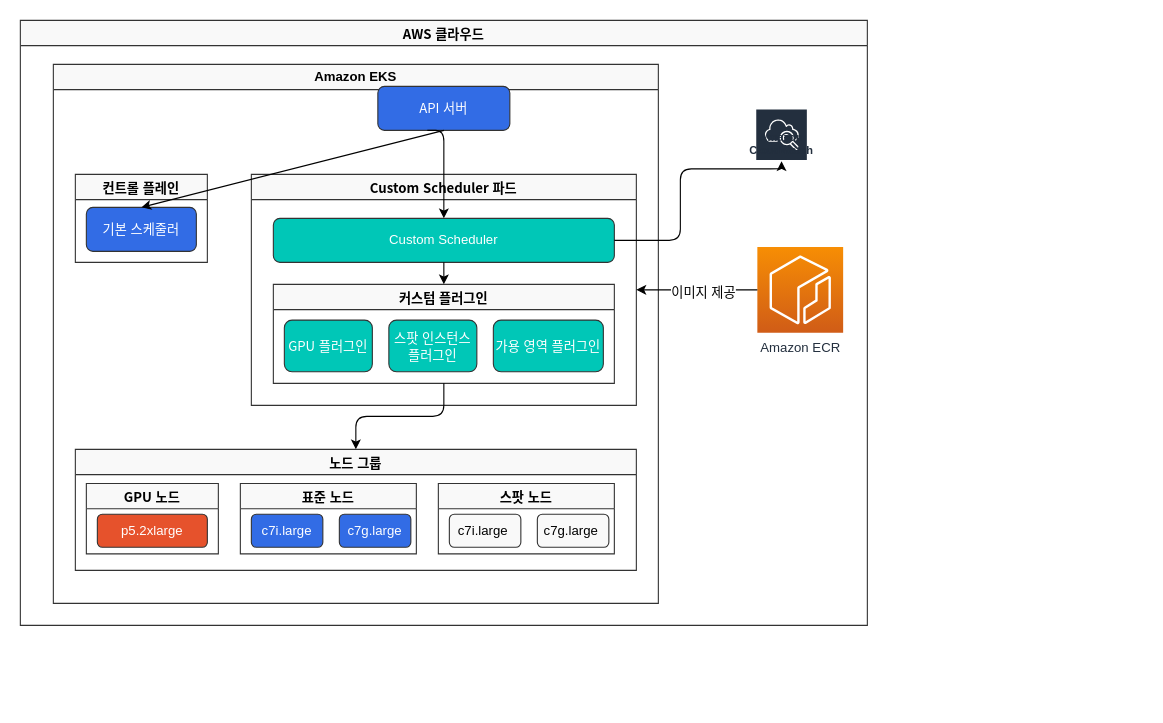
The draw.io diagram assets/generated-diagrams/eks_scheduler_framework_architecture.drawio in Atom-oh/kubernetes-docs, before the edit. Source tidied: cells renumbered, new cells numbered last; positions are measured from the earlier drawing's top-left corner, leaving out a move shared by most shapes. Both pictures are drawn from the tidied source at 110%, with x=0, y=0 at pixel (20, 20).
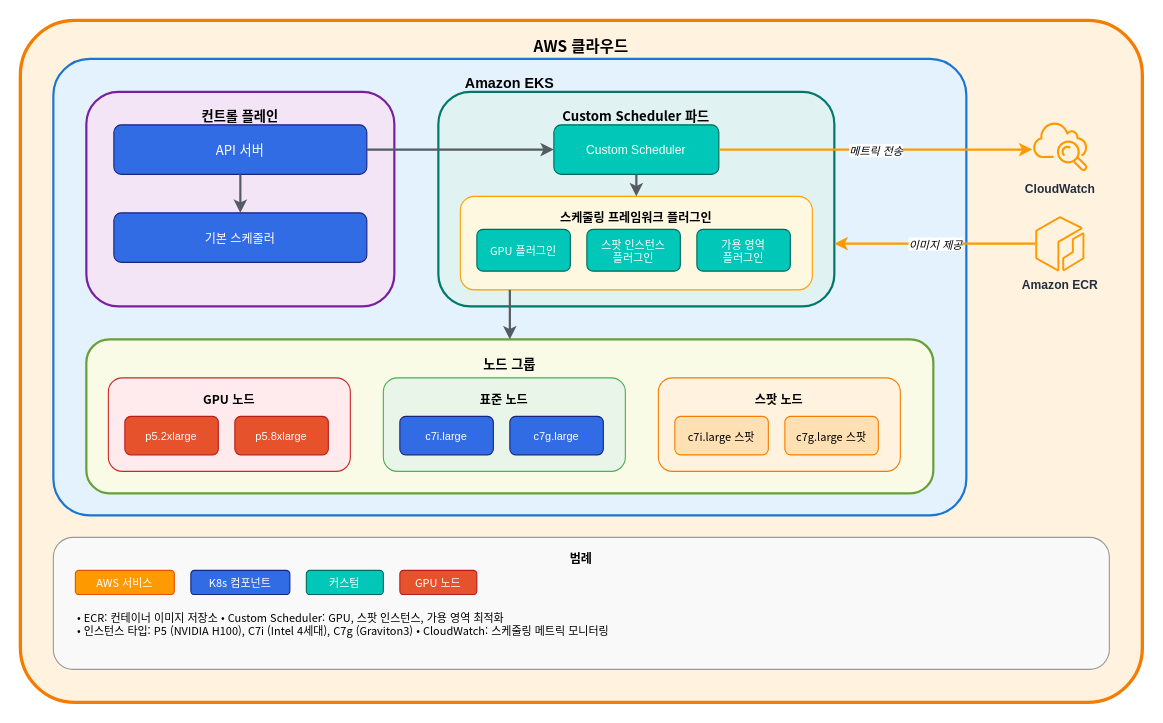
The same diagram, later.

Diff of the diagram source:
```diff
@@
-    <mxCell id="2" value="AWS 클라우드" style="swimlane;whiteSpace=wrap;html=1;fillColor=#f9f9f9;strokeColor=#333333;strokeWidth=1;fontSize=12;fontFamily=Noto Sans CJK KR;" parent="1" vertex="1">
-      <mxGeometry width="770" height="550" as="geometry" />
+    <mxCell id="2" value="AWS 클라우드" style="rounded=1;whiteSpace=wrap;html=1;fillColor=#FFF3E0;strokeColor=#F57C00;strokeWidth=3;fontSize=14;fontStyle=1;verticalAlign=top;spacingTop=8;fontFamily=Noto Sans CJK KR;arcSize=8;" parent="1" vertex="1">
+      <mxGeometry width="1020" height="620" as="geometry" />
     </mxCell>
-    <mxCell id="3" value="Amazon EKS" style="swimlane;whiteSpace=wrap;html=1;fillColor=#f9f9f9;strokeColor=#333333;strokeWidth=1;fontSize=12;" parent="2" vertex="1">
-      <mxGeometry x="30" y="40" width="550" height="490" as="geometry" />
+    <mxCell id="3" value="Amazon EKS" style="rounded=1;whiteSpace=wrap;html=1;fillColor=#E3F2FD;strokeColor=#1976D2;strokeWidth=2;fontSize=13;fontStyle=1;verticalAlign=top;spacingTop=8;arcSize=8;" parent="1" vertex="1">
+      <mxGeometry x="30" y="35" width="830" height="415" as="geometry" />
     </mxCell>
+    <mxCell id="5" value="컨트롤 플레인" style="rounded=1;whiteSpace=wrap;html=1;fillColor=#F3E5F5;strokeColor=#7B1FA2;strokeWidth=2;fontSize=12;fontStyle=1;verticalAlign=top;spacingTop=8;fontFamily=Noto Sans CJK KR;" parent="1" vertex="1">
+      <mxGeometry x="60" y="65" width="280" height="195" as="geometry" />
+    </mxCell>
-    <mxCell id="4" value="API 서버" style="rounded=1;whiteSpace=wrap;html=1;fillColor=#326CE5;strokeColor=#333333;strokeWidth=1;fontColor=#FFFFFF;fontSize=12;fontFamily=Noto Sans CJK KR;" parent="3" vertex="1">
-      <mxGeometry x="295" y="20" width="120" height="40" as="geometry" />
+    <mxCell id="4" value="API 서버" style="rounded=1;whiteSpace=wrap;html=1;fillColor=#326CE5;strokeColor=#1A237E;fontSize=12;fontColor=white;fontFamily=Noto Sans CJK KR;" parent="1" vertex="1">
+      <mxGeometry x="85" y="95" width="230" height="45" as="geometry" />
     </mxCell>
-    <mxCell id="5" value="컨트롤 플레인" style="swimlane;whiteSpace=wrap;html=1;fillColor=#f9f9f9;strokeColor=#333333;strokeWidth=1;fontSize=12;fontFamily=Noto Sans CJK KR;" parent="3" vertex="1">
-      <mxGeometry x="20" y="100" width="120" height="80" as="geometry" />
-    </mxCell>
-    <mxCell id="6" value="기본 스케줄러" style="rounded=1;whiteSpace=wrap;html=1;fillColor=#326CE5;strokeColor=#333333;strokeWidth=1;fontColor=#FFFFFF;fontSize=12;fontFamily=Noto Sans CJK KR;" parent="5" vertex="1">
-      <mxGeometry x="10" y="30" width="100" height="40" as="geometry" />
+    <mxCell id="6" value="기본 스케줄러" style="rounded=1;whiteSpace=wrap;html=1;fillColor=#326CE5;strokeColor=#1A237E;fontSize=11;fontColor=white;fontFamily=Noto Sans CJK KR;" parent="1" vertex="1">
+      <mxGeometry x="85" y="175" width="230" height="45" as="geometry" />
     </mxCell>
-    <mxCell id="7" value="Custom Scheduler 파드" style="swimlane;whiteSpace=wrap;html=1;fillColor=#f9f9f9;strokeColor=#333333;strokeWidth=1;fontSize=12;fontFamily=Noto Sans CJK KR;" parent="3" vertex="1">
-      <mxGeometry x="180" y="100" width="350" height="210" as="geometry" />
+    <mxCell id="7" value="Custom Scheduler 파드" style="rounded=1;whiteSpace=wrap;html=1;fillColor=#E0F2F1;strokeColor=#00796B;strokeWidth=2;fontSize=12;fontStyle=1;verticalAlign=top;spacingTop=8;fontFamily=Noto Sans CJK KR;" parent="1" vertex="1">
+      <mxGeometry x="380" y="65" width="360" height="195" as="geometry" />
     </mxCell>
-    <mxCell id="8" value="Custom Scheduler" style="rounded=1;whiteSpace=wrap;html=1;fillColor=#00C7B7;strokeColor=#333333;strokeWidth=1;fontColor=#FFFFFF;fontSize=12;" parent="7" vertex="1">
-      <mxGeometry x="20" y="40" width="310" height="40" as="geometry" />
+    <mxCell id="8" value="Custom Scheduler" style="rounded=1;whiteSpace=wrap;html=1;fillColor=#00C7B7;strokeColor=#00695C;fontSize=11;fontColor=white;" parent="1" vertex="1">
+      <mxGeometry x="485" y="95" width="150" height="45" as="geometry" />
     </mxCell>
-    <mxCell id="9" value="커스텀 플러그인" style="swimlane;whiteSpace=wrap;html=1;fillColor=#f9f9f9;strokeColor=#333333;strokeWidth=1;fontSize=12;fontFamily=Noto Sans CJK KR;" parent="7" vertex="1">
-      <mxGeometry x="20" y="100" width="310" height="90" as="geometry" />
-    </mxCell>
+    <mxCell id="31" value="스케줄링 프레임워크 플러그인" style="rounded=1;whiteSpace=wrap;html=1;fillColor=#FFF8E1;strokeColor=#FFA000;strokeWidth=1;fontSize=11;fontStyle=1;verticalAlign=top;spacingTop=6;fontFamily=Noto Sans CJK KR;" parent="1" vertex="1">
+      <mxGeometry x="400" y="160" width="320" height="85" as="geometry" />
+    </mxCell>
-    <mxCell id="10" value="GPU 플러그인" style="rounded=1;whiteSpace=wrap;html=1;fillColor=#00C7B7;strokeColor=#333333;strokeWidth=1;fontColor=#FFFFFF;fontSize=12;fontFamily=Noto Sans CJK KR;" parent="9" vertex="1">
-      <mxGeometry x="10" y="32.5" width="80" height="47" as="geometry" />
+    <mxCell id="10" value="GPU 플러그인" style="rounded=1;whiteSpace=wrap;html=1;fillColor=#00C7B7;strokeColor=#00695C;fontSize=10;fontColor=white;fontFamily=Noto Sans CJK KR;" parent="1" vertex="1">
+      <mxGeometry x="415" y="190" width="85" height="38" as="geometry" />
     </mxCell>
-    <mxCell id="11" value="스팟 인스턴스 플러그인" style="rounded=1;whiteSpace=wrap;html=1;fillColor=#00C7B7;strokeColor=#333333;strokeWidth=1;fontColor=#FFFFFF;fontSize=12;fontFamily=Noto Sans CJK KR;" parent="9" vertex="1">
-      <mxGeometry x="105" y="32.5" width="80" height="47" as="geometry" />
+    <mxCell id="11" value="스팟 인스턴스&#10;플러그인" style="rounded=1;whiteSpace=wrap;html=1;fillColor=#00C7B7;strokeColor=#00695C;fontSize=10;fontColor=white;fontFamily=Noto Sans CJK KR;" parent="1" vertex="1">
+      <mxGeometry x="515" y="190" width="85" height="38" as="geometry" />
     </mxCell>
-    <mxCell id="12" value="가용 영역 플러그인" style="rounded=1;whiteSpace=wrap;html=1;fillColor=#00C7B7;strokeColor=#333333;strokeWidth=1;fontColor=#FFFFFF;fontSize=12;fontFamily=Noto Sans CJK KR;" parent="9" vertex="1">
-      <mxGeometry x="200" y="32.5" width="100" height="47" as="geometry" />
+    <mxCell id="12" value="가용 영역&#10;플러그인" style="rounded=1;whiteSpace=wrap;html=1;fillColor=#00C7B7;strokeColor=#00695C;fontSize=10;fontColor=white;fontFamily=Noto Sans CJK KR;" parent="1" vertex="1">
+      <mxGeometry x="615" y="190" width="85" height="38" as="geometry" />
     </mxCell>
-    <mxCell id="13" value="노드 그룹" style="swimlane;whiteSpace=wrap;html=1;fillColor=#f9f9f9;strokeColor=#333333;strokeWidth=1;fontSize=12;fontFamily=Noto Sans CJK KR;" parent="3" vertex="1">
-      <mxGeometry x="20" y="350" width="510" height="110" as="geometry" />
+    <mxCell id="13" value="노드 그룹" style="rounded=1;whiteSpace=wrap;html=1;fillColor=#F9FBE7;strokeColor=#689F38;strokeWidth=2;fontSize=12;fontStyle=1;verticalAlign=top;spacingTop=8;fontFamily=Noto Sans CJK KR;" parent="1" vertex="1">
+      <mxGeometry x="60" y="290" width="770" height="140" as="geometry" />
     </mxCell>
-    <mxCell id="14" value="GPU 노드" style="swimlane;whiteSpace=wrap;html=1;fillColor=#f9f9f9;strokeColor=#333333;strokeWidth=1;fontSize=12;fontFamily=Noto Sans CJK KR;" parent="13" vertex="1">
-      <mxGeometry x="10" y="31" width="120" height="64" as="geometry" />
-    </mxCell>
+    <mxCell id="32" value="GPU 노드" style="rounded=1;whiteSpace=wrap;html=1;fillColor=#FFEBEE;strokeColor=#C62828;strokeWidth=1;fontSize=11;fontStyle=1;verticalAlign=top;spacingTop=6;fontFamily=Noto Sans CJK KR;" parent="1" vertex="1">
+      <mxGeometry x="80" y="325" width="220" height="85" as="geometry" />
+    </mxCell>
-    <mxCell id="15" value="p5.2xlarge" style="rounded=1;whiteSpace=wrap;html=1;fillColor=#E6522C;strokeColor=#333333;strokeWidth=1;fontColor=#FFFFFF;fontSize=12;" parent="14" vertex="1">
-      <mxGeometry x="10" y="28" width="100" height="30" as="geometry" />
+    <mxCell id="15" value="p5.2xlarge" style="rounded=1;whiteSpace=wrap;html=1;fillColor=#E6522C;strokeColor=#B71C1C;fontSize=10;fontColor=white;" parent="1" vertex="1">
+      <mxGeometry x="95" y="360" width="85" height="35" as="geometry" />
     </mxCell>
+    <mxCell id="33" value="p5.8xlarge" style="rounded=1;whiteSpace=wrap;html=1;fillColor=#E6522C;strokeColor=#B71C1C;fontSize=10;fontColor=white;" parent="1" vertex="1">
+      <mxGeometry x="195" y="360" width="85" height="35" as="geometry" />
+    </mxCell>
-    <mxCell id="16" value="표준 노드" style="swimlane;whiteSpace=wrap;html=1;fillColor=#f9f9f9;strokeColor=#333333;strokeWidth=1;fontSize=12;fontFamily=Noto Sans CJK KR;" parent="13" vertex="1">
-      <mxGeometry x="150" y="31" width="160" height="64" as="geometry" />
+    <mxCell id="16" value="표준 노드" style="rounded=1;whiteSpace=wrap;html=1;fillColor=#E8F5E8;strokeColor=#4CAF50;strokeWidth=1;fontSize=11;fontStyle=1;verticalAlign=top;spacingTop=6;fontFamily=Noto Sans CJK KR;" parent="1" vertex="1">
+      <mxGeometry x="330" y="325" width="220" height="85" as="geometry" />
     </mxCell>
-    <mxCell id="17" value="c7i.large" style="rounded=1;whiteSpace=wrap;html=1;fillColor=#326CE5;strokeColor=#333333;strokeWidth=1;fontColor=#FFFFFF;fontSize=12;" parent="16" vertex="1">
-      <mxGeometry x="10" y="28" width="65" height="30" as="geometry" />
-    </mxCell>
-    <mxCell id="18" value="c7g.large" style="rounded=1;whiteSpace=wrap;html=1;fillColor=#326CE5;strokeColor=#333333;strokeWidth=1;fontColor=#FFFFFF;fontSize=12;" parent="16" vertex="1">
-      <mxGeometry x="90" y="28" width="65" height="30" as="geometry" />
-    </mxCell>
+    <mxCell id="34" value="c7i.large" style="rounded=1;whiteSpace=wrap;html=1;fillColor=#326CE5;strokeColor=#1A237E;fontSize=10;fontColor=white;" parent="1" vertex="1">
+      <mxGeometry x="345" y="360" width="85" height="35" as="geometry" />
+    </mxCell>
+    <mxCell id="35" value="c7g.large" style="rounded=1;whiteSpace=wrap;html=1;fillColor=#326CE5;strokeColor=#1A237E;fontSize=10;fontColor=white;" parent="1" vertex="1">
+      <mxGeometry x="445" y="360" width="85" height="35" as="geometry" />
+    </mxCell>
-    <mxCell id="19" value="스팟 노드" style="swimlane;whiteSpace=wrap;html=1;fillColor=#f9f9f9;strokeColor=#333333;strokeWidth=1;fontSize=12;fontFamily=Noto Sans CJK KR;" parent="13" vertex="1">
-      <mxGeometry x="330" y="31" width="160" height="64" as="geometry" />
+    <mxCell id="19" value="스팟 노드" style="rounded=1;whiteSpace=wrap;html=1;fillColor=#FFF3E0;strokeColor=#F57C00;strokeWidth=1;fontSize=11;fontStyle=1;verticalAlign=top;spacingTop=6;fontFamily=Noto Sans CJK KR;" parent="1" vertex="1">
+      <mxGeometry x="580" y="325" width="220" height="85" as="geometry" />
     </mxCell>
-    <mxCell id="20" value="c7i.large&amp;nbsp;" style="rounded=1;whiteSpace=wrap;html=1;fillColor=#f9f9f9;strokeColor=#333333;strokeWidth=1;fontSize=12;" parent="19" vertex="1">
-      <mxGeometry x="10" y="28" width="65" height="30" as="geometry" />
-    </mxCell>
-    <mxCell id="21" value="c7g.large&amp;nbsp;" style="rounded=1;whiteSpace=wrap;html=1;fillColor=#f9f9f9;strokeColor=#333333;strokeWidth=1;fontSize=12;" parent="19" vertex="1">
-      <mxGeometry x="90" y="28" width="65" height="30" as="geometry" />
-    </mxCell>
+    <mxCell id="36" value="c7i.large 스팟" style="rounded=1;whiteSpace=wrap;html=1;fillColor=#FFE0B2;strokeColor=#F57C00;fontSize=10;fontFamily=Noto Sans CJK KR;" parent="1" vertex="1">
+      <mxGeometry x="595" y="360" width="85" height="35" as="geometry" />
+    </mxCell>
+    <mxCell id="37" value="c7g.large 스팟" style="rounded=1;whiteSpace=wrap;html=1;fillColor=#FFE0B2;strokeColor=#F57C00;fontSize=10;fontFamily=Noto Sans CJK KR;" parent="1" vertex="1">
+      <mxGeometry x="695" y="360" width="85" height="35" as="geometry" />
+    </mxCell>
+    <mxCell id="26" value="Amazon ECR" style="sketch=0;outlineConnect=0;fontColor=#232F3E;gradientColor=none;fillColor=#FF9900;strokeColor=none;dashed=0;verticalLabelPosition=bottom;verticalAlign=top;align=center;html=1;fontSize=11;fontStyle=1;shape=mxgraph.aws4.ecr;" parent="1" vertex="1">
+      <mxGeometry x="920" y="178" width="50" height="50" as="geometry" />
+    </mxCell>
+    <mxCell id="38" value="CloudWatch" style="sketch=0;outlineConnect=0;fontColor=#232F3E;gradientColor=none;fillColor=#FF9900;strokeColor=none;dashed=0;verticalLabelPosition=bottom;verticalAlign=top;align=center;html=1;fontSize=11;fontStyle=1;shape=mxgraph.aws4.cloudwatch;" parent="1" vertex="1">
+      <mxGeometry x="920" y="90" width="50" height="50" as="geometry" />
+    </mxCell>
-    <mxCell id="22" style="endArrow=classic;html=1;exitX=0.5;exitY=1;exitDx=0;exitDy=0;entryX=0.5;entryY=0;entryDx=0;entryDy=0;strokeWidth=1;" parent="2" edge="1" source="4" target="6">
+    <mxCell id="22" style="edgeStyle=orthogonalEdgeStyle;rounded=0;html=1;strokeWidth=2;strokeColor=#545B64;endArrow=classic;" parent="1" edge="1" source="4" target="6">
       <mxGeometry relative="1" as="geometry" />
     </mxCell>
-    <mxCell id="23" style="endArrow=classic;html=1;entryX=0.5;entryY=0;entryDx=0;entryDy=0;edgeStyle=orthogonalEdgeStyle;strokeWidth=1;" parent="2" edge="1" target="8">
-      <mxGeometry relative="1" as="geometry">
-        <mxPoint x="370" y="100" as="sourcePoint" />
-        <Array as="points">
-          <mxPoint x="385" y="100" />
-        </Array>
-      </mxGeometry>
-    </mxCell>
-    <mxCell id="24" style="endArrow=classic;html=1;exitX=0.5;exitY=1;exitDx=0;exitDy=0;entryX=0.5;entryY=0;entryDx=0;entryDy=0;strokeWidth=1;" parent="2" edge="1" source="8" target="9">
-      <mxGeometry relative="1" as="geometry" />
-    </mxCell>
-    <mxCell id="25" style="endArrow=classic;html=1;exitX=0.5;exitY=1;exitDx=0;exitDy=0;entryX=0.5;entryY=0;entryDx=0;entryDy=0;edgeStyle=orthogonalEdgeStyle;strokeWidth=1;" parent="2" edge="1" source="9" target="13">
-      <mxGeometry relative="1" as="geometry" />
-    </mxCell>
-    <mxCell id="26" value="Amazon ECR" style="sketch=0;points=[[0,0,0],[0.25,0,0],[0.5,0,0],[0.75,0,0],[1,0,0],[0,1,0],[0.25,1,0],[0.5,1,0],[0.75,1,0],[1,1,0],[0,0.25,0],[0,0.5,0],[0,0.75,0],[1,0.25,0],[1,0.5,0],[1,0.75,0]];outlineConnect=0;fontColor=#232F3E;gradientColor=#F78E04;gradientDirection=north;fillColor=#D05C17;strokeColor=#ffffff;dashed=0;verticalLabelPosition=bottom;verticalAlign=top;align=center;html=1;fontSize=12;fontStyle=0;shape=mxgraph.aws4.resourceIcon;resIcon=mxgraph.aws4.ecr;strokeWidth=2;" parent="2" vertex="1">
-      <mxGeometry x="670" y="206" width="78" height="78" as="geometry" />
-    </mxCell>
-    <mxCell id="27" style="endArrow=classic;html=1;exitX=0;exitY=0.5;exitDx=0;exitDy=0;entryX=1;entryY=0.5;entryDx=0;entryDy=0;edgeStyle=orthogonalEdgeStyle;exitPerimeter=0;strokeWidth=1;" parent="2" edge="1" source="26" target="7">
-      <mxGeometry relative="1" as="geometry">
-        <Array as="points">
-          <mxPoint x="670" y="245" />
-        </Array>
-      </mxGeometry>
-    </mxCell>
+    <mxCell id="39" style="edgeStyle=orthogonalEdgeStyle;rounded=0;html=1;strokeWidth=2;strokeColor=#545B64;endArrow=classic;exitX=1;exitY=0.5;exitDx=0;exitDy=0;" parent="1" edge="1" source="4" target="8">
+      <mxGeometry relative="1" as="geometry">
+        <Array as="points">
+          <mxPoint x="440" y="118" />
+          <mxPoint x="440" y="118" />
+        </Array>
+      </mxGeometry>
+    </mxCell>
+    <mxCell id="40" style="edgeStyle=orthogonalEdgeStyle;rounded=0;html=1;strokeWidth=2;strokeColor=#545B64;endArrow=classic;" parent="1" edge="1" source="8" target="31">
+      <mxGeometry relative="1" as="geometry" />
+    </mxCell>
+    <mxCell id="41" style="edgeStyle=orthogonalEdgeStyle;rounded=0;html=1;strokeWidth=2;strokeColor=#545B64;endArrow=classic;" parent="1" edge="1" source="31" target="13">
+      <mxGeometry relative="1" as="geometry">
+        <Array as="points">
+          <mxPoint x="445" y="260" />
+          <mxPoint x="445" y="260" />
+        </Array>
+      </mxGeometry>
+    </mxCell>
-    <mxCell id="28" value="이미지 제공" style="edgeLabel;html=1;align=center;verticalAlign=middle;fontSize=12;fontFamily=Noto Sans CJK KR;" parent="27" vertex="1">
-      <mxGeometry x="-0.1" y="1" relative="1" as="geometry" />
+    <mxCell id="28" value="이미지 제공" style="edgeStyle=orthogonalEdgeStyle;rounded=0;html=1;strokeWidth=2;strokeColor=#FF9900;endArrow=classic;fontSize=10;fontStyle=2;fontFamily=Noto Sans CJK KR;" parent="1" edge="1" source="26" target="7">
+      <mxGeometry relative="1" as="geometry">
+        <Array as="points">
+          <mxPoint x="790" y="203" />
+          <mxPoint x="790" y="203" />
+        </Array>
+      </mxGeometry>
     </mxCell>
-    <mxCell id="29" value="Amazon CloudWatch" style="sketch=0;outlineConnect=0;fontColor=#232F3E;gradientColor=none;strokeColor=#ffffff;fillColor=#232F3E;dashed=0;verticalLabelPosition=middle;verticalAlign=bottom;align=center;html=1;whiteSpace=wrap;fontSize=10;fontStyle=1;spacing=3;shape=mxgraph.aws4.productIcon;prIcon=mxgraph.aws4.cloudwatch;" parent="2" vertex="1">
-      <mxGeometry x="668" y="80" width="48" height="48" as="geometry" />
-    </mxCell>
-    <mxCell id="30" style="endArrow=classic;html=1;exitX=1;exitY=0.5;exitDx=0;exitDy=0;edgeStyle=orthogonalEdgeStyle;strokeWidth=1;" parent="2" edge="1" source="8" target="29">
-      <mxGeometry relative="1" as="geometry">
-        <Array as="points">
-          <mxPoint x="600" y="200" />
-          <mxPoint x="600" y="135" />
-        </Array>
-      </mxGeometry>
-    </mxCell>
+    <mxCell id="42" value="메트릭 전송" style="edgeStyle=orthogonalEdgeStyle;rounded=0;html=1;strokeWidth=2;strokeColor=#FF9900;endArrow=classic;fontSize=10;fontStyle=2;fontFamily=Noto Sans CJK KR;" parent="1" edge="1" source="8" target="38">
+      <mxGeometry relative="1" as="geometry">
+        <Array as="points">
+          <mxPoint x="880" y="118" />
+          <mxPoint x="880" y="118" />
+        </Array>
+      </mxGeometry>
+    </mxCell>
+    <mxCell id="43" value="범례" style="rounded=1;whiteSpace=wrap;html=1;fillColor=#f9f9f9;strokeColor=#999;strokeWidth=1;fontSize=11;fontStyle=1;verticalAlign=top;spacingTop=6;fontFamily=Noto Sans CJK KR;" parent="1" vertex="1">
+      <mxGeometry x="30" y="470" width="960" height="120" as="geometry" />
+    </mxCell>
+    <mxCell id="44" value="AWS 서비스" style="rounded=1;whiteSpace=wrap;html=1;fillColor=#FF9900;strokeColor=#E65100;fontSize=10;fontColor=white;fontFamily=Noto Sans CJK KR;" parent="1" vertex="1">
+      <mxGeometry x="50" y="500" width="90" height="22" as="geometry" />
+    </mxCell>
+    <mxCell id="45" value="K8s 컴포넌트" style="rounded=1;whiteSpace=wrap;html=1;fillColor=#326CE5;strokeColor=#1A237E;fontSize=10;fontColor=white;fontFamily=Noto Sans CJK KR;" parent="1" vertex="1">
+      <mxGeometry x="155" y="500" width="90" height="22" as="geometry" />
+    </mxCell>
+    <mxCell id="46" value="커스텀" style="rounded=1;whiteSpace=wrap;html=1;fillColor=#00C7B7;strokeColor=#00695C;fontSize=10;fontColor=white;fontFamily=Noto Sans CJK KR;" parent="1" vertex="1">
+      <mxGeometry x="260" y="500" width="70" height="22" as="geometry" />
+    </mxCell>
+    <mxCell id="47" value="GPU 노드" style="rounded=1;whiteSpace=wrap;html=1;fillColor=#E6522C;strokeColor=#B71C1C;fontSize=10;fontColor=white;fontFamily=Noto Sans CJK KR;" parent="1" vertex="1">
+      <mxGeometry x="345" y="500" width="70" height="22" as="geometry" />
+    </mxCell>
+    <mxCell id="48" value="• ECR: 컨테이너 이미지 저장소  • Custom Scheduler: GPU, 스팟 인스턴스, 가용 영역 최적화&#10;• 인스턴스 타입: P5 (NVIDIA H100), C7i (Intel 4세대), C7g (Graviton3)  • CloudWatch: 스케줄링 메트릭 모니터링" style="text;html=1;strokeColor=none;fillColor=none;align=left;verticalAlign=top;whiteSpace=wrap;rounded=0;fontSize=10;fontFamily=Noto Sans CJK KR;" parent="1" vertex="1">
+      <mxGeometry x="50" y="530" width="920" height="45" as="geometry" />
+    </mxCell>
```
